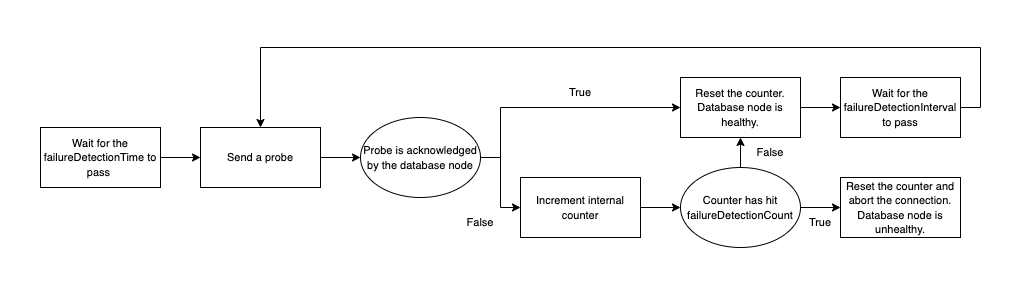
This is docs/images/efm_monitor_process.png from aws/aws-advanced-jdbc-wrapper, a draw.io export, as it was before one commit. Source tidied: cells renumbered, new cells last; positions are measured from the earlier drawing's top-left corner, leaving out a move shared by most shapes.
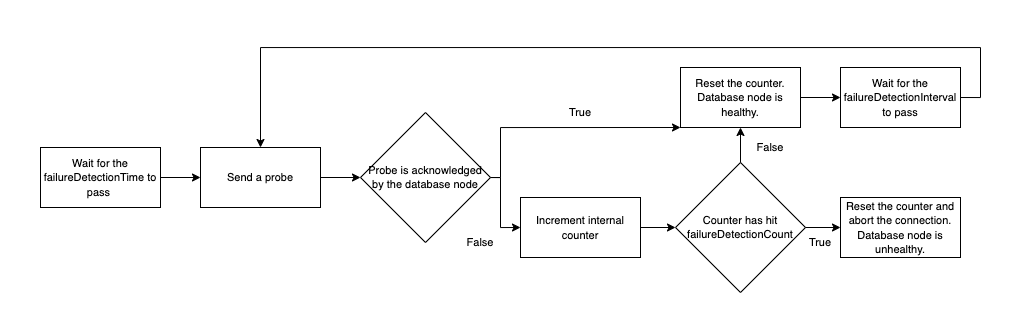
After the change.

Change to the diagram source:
```diff
@@ -8,8 +8,10 @@
     <mxCell id="3" value="&lt;font style=&quot;font-size: 11px;&quot;&gt;Wait for the failureDetectionTime to pass&amp;nbsp;&lt;/font&gt;" style="rounded=0;whiteSpace=wrap;html=1;" parent="1" vertex="1">
       <mxGeometry y="80" width="120" height="60" as="geometry" />
     </mxCell>
-    <mxCell id="4" style="edgeStyle=orthogonalEdgeStyle;rounded=0;jettySize=auto;html=1;exitX=1;exitY=0.5;exitDx=0;exitDy=0;entryX=0;entryY=0.5;entryDx=0;entryDy=0;" parent="1" edge="1" source="5" target="15">
-      <mxGeometry relative="1" as="geometry" />
+    <mxCell id="4" style="edgeStyle=orthogonalEdgeStyle;rounded=0;jettySize=auto;html=1;exitX=1;exitY=0.5;exitDx=0;exitDy=0;entryX=0;entryY=0.5;entryDx=0;entryDy=0;" parent="1" edge="1" source="5">
+      <mxGeometry relative="1" as="geometry">
+        <mxPoint x="320" y="110" as="targetPoint" />
+      </mxGeometry>
     </mxCell>
     <mxCell id="5" value="&lt;font style=&quot;font-size: 11px;&quot;&gt;Send a probe&lt;/font&gt;" style="rounded=0;whiteSpace=wrap;html=1;" parent="1" vertex="1">
       <mxGeometry x="160" y="80" width="120" height="60" as="geometry" />
@@ -17,16 +19,16 @@
     <mxCell id="6" style="edgeStyle=orthogonalEdgeStyle;rounded=0;jettySize=auto;html=1;exitX=1;exitY=0.5;exitDx=0;exitDy=0;entryX=0.5;entryY=0;entryDx=0;entryDy=0;" parent="1" edge="1" source="7" target="5">
       <mxGeometry relative="1" as="geometry">
         <Array as="points">
-          <mxPoint x="940" y="60" />
-          <mxPoint x="940" />
-          <mxPoint x="220" />
+          <mxPoint x="940" y="30" />
+          <mxPoint x="940" y="-20" />
+          <mxPoint x="220" y="-20" />
         </Array>
       </mxGeometry>
     </mxCell>
     <mxCell id="7" value="&lt;font style=&quot;font-size: 11px;&quot;&gt;Wait for the failureDetectionInterval to pass&lt;/font&gt;" style="rounded=0;whiteSpace=wrap;html=1;" parent="1" vertex="1">
-      <mxGeometry x="800" y="30" width="120" height="60" as="geometry" />
+      <mxGeometry x="800" width="120" height="60" as="geometry" />
     </mxCell>
-    <mxCell id="8" style="edgeStyle=orthogonalEdgeStyle;rounded=0;jettySize=auto;html=1;exitX=1;exitY=0.5;exitDx=0;exitDy=0;" parent="1" edge="1" source="9" target="18">
+    <mxCell id="8" style="edgeStyle=orthogonalEdgeStyle;rounded=0;jettySize=auto;html=1;exitX=1;exitY=0.5;exitDx=0;exitDy=0;entryX=0;entryY=0.5;entryDx=0;entryDy=0;fontSize=11;" parent="1" edge="1" source="9" target="18">
       <mxGeometry relative="1" as="geometry" />
     </mxCell>
     <mxCell id="9" value="&lt;font style=&quot;font-size: 11px;&quot;&gt;Increment internal counter&lt;/font&gt;" style="rounded=0;whiteSpace=wrap;html=1;" parent="1" vertex="1">
@@ -39,31 +41,32 @@
       <mxGeometry relative="1" as="geometry" />
     </mxCell>
     <mxCell id="12" value="&lt;font style=&quot;font-size: 11px;&quot;&gt;Reset the counter. Database node is healthy.&lt;/font&gt;" style="rounded=0;whiteSpace=wrap;html=1;" parent="1" vertex="1">
-      <mxGeometry x="640" y="30" width="120" height="60" as="geometry" />
+      <mxGeometry x="640" width="120" height="60" as="geometry" />
     </mxCell>
-    <mxCell id="13" style="edgeStyle=orthogonalEdgeStyle;rounded=0;jettySize=auto;html=1;exitX=1;exitY=0.5;exitDx=0;exitDy=0;" parent="1" edge="1" source="15" target="12">
+    <mxCell id="13" style="edgeStyle=orthogonalEdgeStyle;rounded=0;jettySize=auto;html=1;exitX=1;exitY=0.5;exitDx=0;exitDy=0;" parent="1" edge="1" target="12">
       <mxGeometry relative="1" as="geometry">
+        <mxPoint x="440" y="110" as="sourcePoint" />
         <Array as="points">
           <mxPoint x="460" y="110" />
           <mxPoint x="460" y="60" />
         </Array>
       </mxGeometry>
     </mxCell>
-    <mxCell id="14" style="edgeStyle=orthogonalEdgeStyle;rounded=0;jettySize=auto;html=1;exitX=1;exitY=0.5;exitDx=0;exitDy=0;entryX=0;entryY=0.5;entryDx=0;entryDy=0;" parent="1" edge="1" source="15" target="9">
-      <mxGeometry relative="1" as="geometry" />
+    <mxCell id="14" style="edgeStyle=orthogonalEdgeStyle;rounded=0;jettySize=auto;html=1;exitX=1;exitY=0.5;exitDx=0;exitDy=0;entryX=0;entryY=0.5;entryDx=0;entryDy=0;" parent="1" edge="1" target="9">
+      <mxGeometry relative="1" as="geometry">
+        <mxPoint x="440" y="110" as="sourcePoint" />
+      </mxGeometry>
     </mxCell>
-    <mxCell id="15" value="&lt;font style=&quot;font-size: 11px;&quot;&gt;Probe is acknowledged by the database node&lt;/font&gt;" style="ellipse;whiteSpace=wrap;html=1;rounded=0;" parent="1" vertex="1">
-      <mxGeometry x="320" y="70" width="120" height="80" as="geometry" />
-    </mxCell>
-    <mxCell id="16" style="edgeStyle=orthogonalEdgeStyle;rounded=0;jettySize=auto;html=1;exitX=0.5;exitY=0;exitDx=0;exitDy=0;entryX=0.5;entryY=1;entryDx=0;entryDy=0;" parent="1" edge="1" source="18" target="12">
-      <mxGeometry relative="1" as="geometry" />
+    <mxCell id="16" style="edgeStyle=orthogonalEdgeStyle;rounded=0;jettySize=auto;html=1;exitX=0.5;exitY=0;exitDx=0;exitDy=0;entryX=0.5;entryY=1;entryDx=0;entryDy=0;" parent="1" edge="1" target="12">
+      <mxGeometry relative="1" as="geometry">
+        <mxPoint x="700" y="120" as="sourcePoint" />
+      </mxGeometry>
     </mxCell>
-    <mxCell id="17" style="edgeStyle=orthogonalEdgeStyle;rounded=0;jettySize=auto;html=1;exitX=1;exitY=0.5;exitDx=0;exitDy=0;entryX=0;entryY=0.5;entryDx=0;entryDy=0;" parent="1" edge="1" source="18" target="10">
-      <mxGeometry relative="1" as="geometry" />
+    <mxCell id="17" style="edgeStyle=orthogonalEdgeStyle;rounded=0;jettySize=auto;html=1;exitX=1;exitY=0.5;exitDx=0;exitDy=0;entryX=0;entryY=0.5;entryDx=0;entryDy=0;" parent="1" edge="1" target="10">
+      <mxGeometry relative="1" as="geometry">
+        <mxPoint x="760" y="160" as="sourcePoint" />
+      </mxGeometry>
     </mxCell>
-    <mxCell id="18" value="&lt;font style=&quot;font-size: 11px;&quot;&gt;Counter has hit failureDetectionCount&lt;/font&gt;" style="ellipse;whiteSpace=wrap;html=1;rounded=0;" parent="1" vertex="1">
-      <mxGeometry x="640" y="120" width="120" height="80" as="geometry" />
-    </mxCell>
     <mxCell id="19" value="&lt;font style=&quot;font-size: 11px;&quot;&gt;True&lt;/font&gt;" style="text;html=1;strokeColor=none;fillColor=none;align=center;verticalAlign=middle;whiteSpace=wrap;rounded=0;" parent="1" vertex="1">
       <mxGeometry x="510" y="30" width="60" height="30" as="geometry" />
     </mxCell>
@@ -71,10 +74,16 @@
       <mxGeometry x="410" y="160" width="60" height="30" as="geometry" />
     </mxCell>
     <mxCell id="21" value="&lt;font style=&quot;font-size: 11px;&quot;&gt;False&lt;/font&gt;" style="text;html=1;strokeColor=none;fillColor=none;align=center;verticalAlign=middle;whiteSpace=wrap;rounded=0;" parent="1" vertex="1">
-      <mxGeometry x="700" y="90" width="60" height="30" as="geometry" />
+      <mxGeometry x="700" y="65" width="60" height="30" as="geometry" />
     </mxCell>
     <mxCell id="22" value="&lt;font style=&quot;font-size: 11px;&quot;&gt;True&lt;/font&gt;" style="text;html=1;strokeColor=none;fillColor=none;align=center;verticalAlign=middle;whiteSpace=wrap;rounded=0;" parent="1" vertex="1">
       <mxGeometry x="750" y="160" width="60" height="30" as="geometry" />
     </mxCell>
+    <mxCell id="15" value="Probe is acknowledged by the database node" style="rhombus;whiteSpace=wrap;html=1;rounded=0;fontSize=11;" parent="1" vertex="1">
+      <mxGeometry x="320" y="45" width="130" height="130" as="geometry" />
+    </mxCell>
+    <mxCell id="18" value="&lt;p style=&quot;line-height: 1.2;&quot;&gt;Counter has hit failureDetectionCount&lt;/p&gt;" style="rhombus;whiteSpace=wrap;html=1;rounded=0;fontSize=11;" parent="1" vertex="1">
+      <mxGeometry x="635" y="95" width="130" height="130" as="geometry" />
+    </mxCell>
   </root>
 </mxGraphModel>
```
